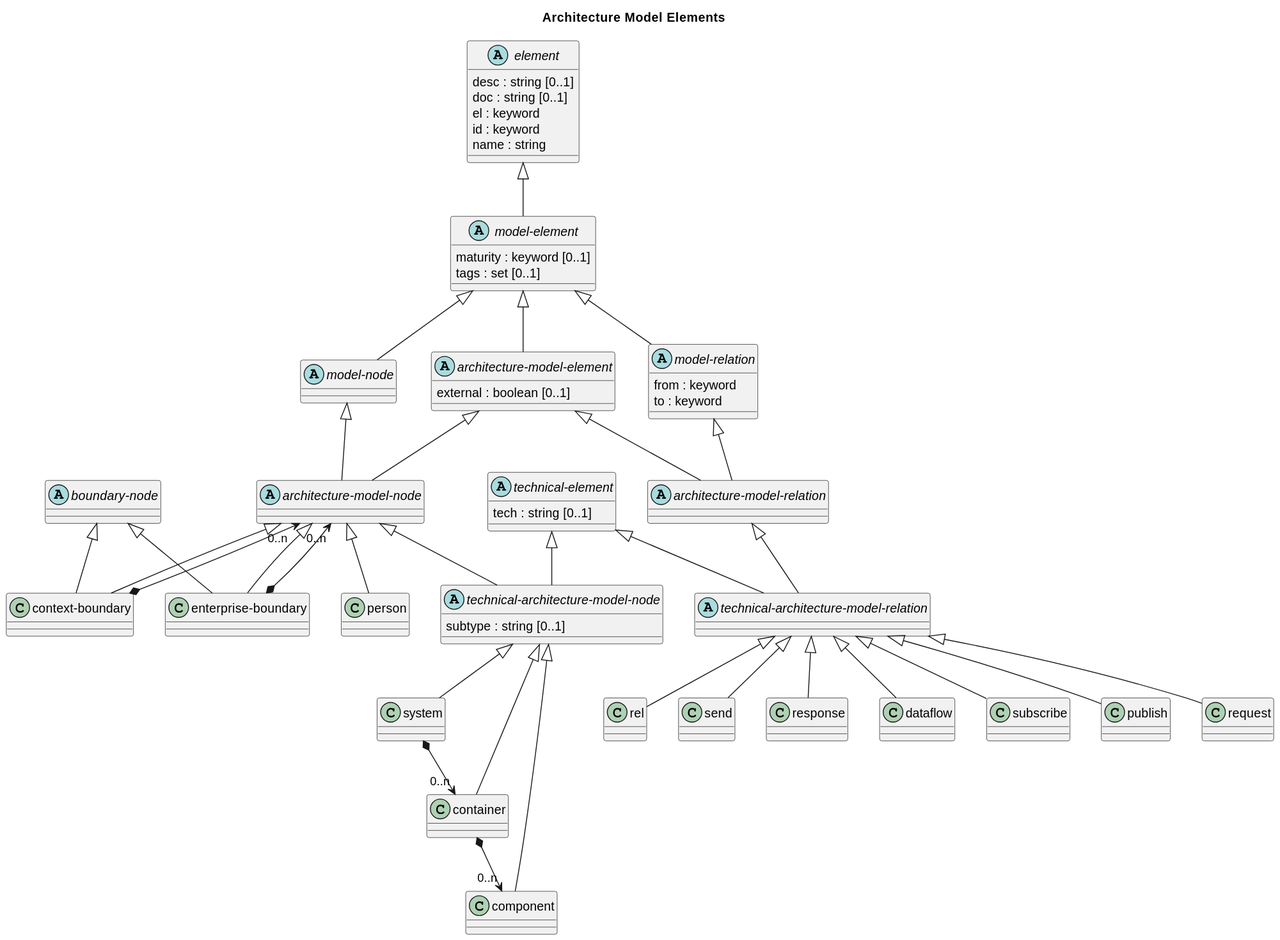
soulspace-org/overarch keeps this PlantUML diagram as doc/images/overarch/data-model/architecture-model-elements.svg. Above is the earlier version.
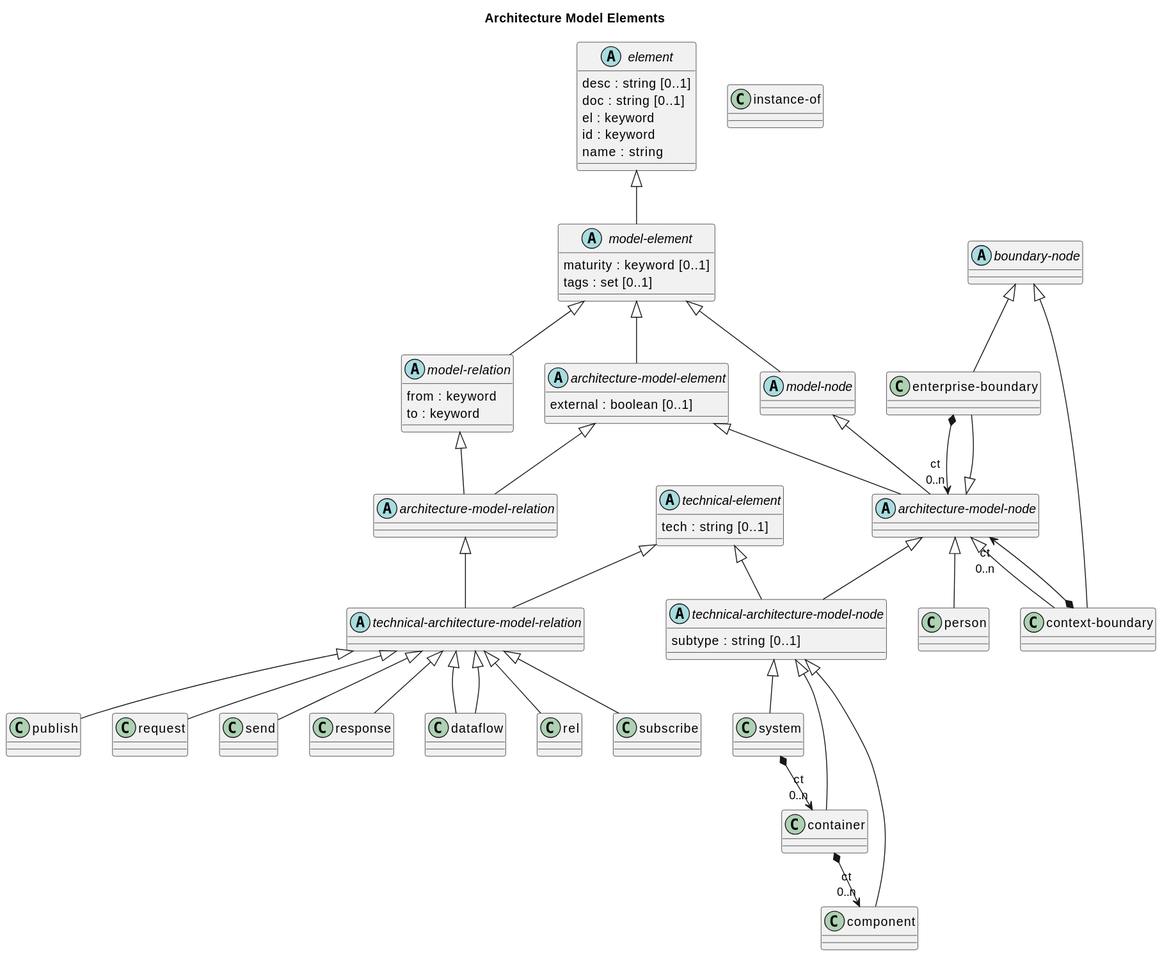
The same file after the commit.

Commit message:
update data model diagrams

The edit, as a diff of the source:
```diff
@@ -1,12 +1,39 @@
 @startuml
 title Architecture Model Elements
 
+class "enterprise-boundary" as overarch_dataModel_enterpriseBoundary {}
+abstract class "technical-architecture-model-node" as overarch_dataModel_technicalArchitectureModelNode {
+  subtype : string [0..1]
+}
+class "publish" as overarch_dataModel_publish {}
+abstract class "model-element" as overarch_dataModel_modelElement {
+  maturity : keyword [0..1]
+  tags : set [0..1]
+}
+class "request" as overarch_dataModel_request {}
+abstract class "architecture-model-node" as overarch_dataModel_architectureModelNode {}
+class "person" as overarch_dataModel_person {}
+class "component" as overarch_dataModel_component {}
+abstract class "architecture-model-relation" as overarch_dataModel_architectureModelRelation {}
+class "send" as overarch_dataModel_send {}
 abstract class "technical-element" as overarch_dataModel_technicalElement {
   tech : string [0..1]
 }
-class "enterprise-boundary" as overarch_dataModel_enterpriseBoundary {}
-class "publish" as overarch_dataModel_publish {}
+class "response" as overarch_dataModel_response {}
 class "system" as overarch_dataModel_system {}
+class "container" as overarch_dataModel_container {}
+class "dataflow" as overarch_dataModel_dataflow {}
+class "context-boundary" as overarch_dataModel_contextBoundary {}
+abstract class "model-node" as overarch_dataModel_modelNode {}
+abstract class "model-relation" as overarch_dataModel_modelRelation {
+  from : keyword
+  to : keyword
+}
+class "rel" as overarch_dataModel_rel {}
+abstract class "boundary-node" as overarch_dataModel_boundaryNode {}
+class "instance-of" as overarch_dataModel_instanceOf {}
+class "subscribe" as overarch_dataModel_subscribe {}
+abstract class "technical-architecture-model-relation" as overarch_dataModel_technicalArchitectureModelRelation {}
 abstract class "element" as overarch_dataModel_element {
   desc : string [0..1]
   doc : string [0..1]
@@ -14,35 +41,9 @@
   id : keyword
   name : string
 }
-class "request" as overarch_dataModel_request {}
-class "rel" as overarch_dataModel_rel {}
-abstract class "architecture-model-node" as overarch_dataModel_architectureModelNode {}
-abstract class "technical-architecture-model-node" as overarch_dataModel_technicalArchitectureModelNode {
-  subtype : string [0..1]
-}
-class "component" as overarch_dataModel_component {}
-abstract class "architecture-model-relation" as overarch_dataModel_architectureModelRelation {}
-class "send" as overarch_dataModel_send {}
-class "response" as overarch_dataModel_response {}
-class "dataflow" as overarch_dataModel_dataflow {}
-class "context-boundary" as overarch_dataModel_contextBoundary {}
-abstract class "model-node" as overarch_dataModel_modelNode {}
-abstract class "model-relation" as overarch_dataModel_modelRelation {
-  from : keyword
-  to : keyword
-}
-abstract class "boundary-node" as overarch_dataModel_boundaryNode {}
-class "subscribe" as overarch_dataModel_subscribe {}
 abstract class "architecture-model-element" as overarch_dataModel_architectureModelElement {
   external : boolean [0..1]
 }
-abstract class "model-element" as overarch_dataModel_modelElement {
-  maturity : keyword [0..1]
-  tags : set [0..1]
-}
-abstract class "technical-architecture-model-relation" as overarch_dataModel_technicalArchitectureModelRelation {}
-class "person" as overarch_dataModel_person {}
-class "container" as overarch_dataModel_container {}
 overarch_dataModel_architectureModelNode <|-- overarch_dataModel_person
 overarch_dataModel_modelElement <|-- overarch_dataModel_architectureModelElement
 overarch_dataModel_modelNode <|-- overarch_dataModel_architectureModelNode
@@ -53,22 +54,23 @@
 overarch_dataModel_technicalArchitectureModelRelation <|-- overarch_dataModel_publish
 overarch_dataModel_boundaryNode <|-- overarch_dataModel_contextBoundary
 overarch_dataModel_architectureModelRelation <|-- overarch_dataModel_technicalArchitectureModelRelation
-overarch_dataModel_contextBoundary *-->  "0..n" overarch_dataModel_architectureModelNode
+overarch_dataModel_contextBoundary *-->  "ct\n0..n" overarch_dataModel_architectureModelNode
 overarch_dataModel_modelElement <|-- overarch_dataModel_modelNode
 overarch_dataModel_technicalElement <|-- overarch_dataModel_technicalArchitectureModelNode
+overarch_dataModel_technicalArchitectureModelRelation <|-- overarch_dataModel_dataflow
 overarch_dataModel_architectureModelNode <|-- overarch_dataModel_technicalArchitectureModelNode
 overarch_dataModel_technicalArchitectureModelNode <|-- overarch_dataModel_container
 overarch_dataModel_architectureModelElement <|-- overarch_dataModel_architectureModelNode
 overarch_dataModel_boundaryNode <|-- overarch_dataModel_enterpriseBoundary
 overarch_dataModel_modelElement <|-- overarch_dataModel_modelRelation
 overarch_dataModel_technicalArchitectureModelRelation <|-- overarch_dataModel_dataflow
-overarch_dataModel_system *-->  "0..n" overarch_dataModel_container
+overarch_dataModel_system *-->  "ct\n0..n" overarch_dataModel_container
 overarch_dataModel_architectureModelNode <|-- overarch_dataModel_enterpriseBoundary
 overarch_dataModel_architectureModelElement <|-- overarch_dataModel_architectureModelRelation
 overarch_dataModel_technicalArchitectureModelNode <|-- overarch_dataModel_system
 overarch_dataModel_technicalElement <|-- overarch_dataModel_technicalArchitectureModelRelation
-overarch_dataModel_container *-->  "0..n" overarch_dataModel_component
-overarch_dataModel_enterpriseBoundary *-->  "0..n" overarch_dataModel_architectureModelNode
+overarch_dataModel_container *-->  "ct\n0..n" overarch_dataModel_component
+overarch_dataModel_enterpriseBoundary *-->  "ct\n0..n" overarch_dataModel_architectureModelNode
 overarch_dataModel_technicalArchitectureModelRelation <|-- overarch_dataModel_request
 overarch_dataModel_technicalArchitectureModelRelation <|-- overarch_dataModel_subscribe
 overarch_dataModel_modelRelation <|-- overarch_dataModel_architectureModelRelation
```
